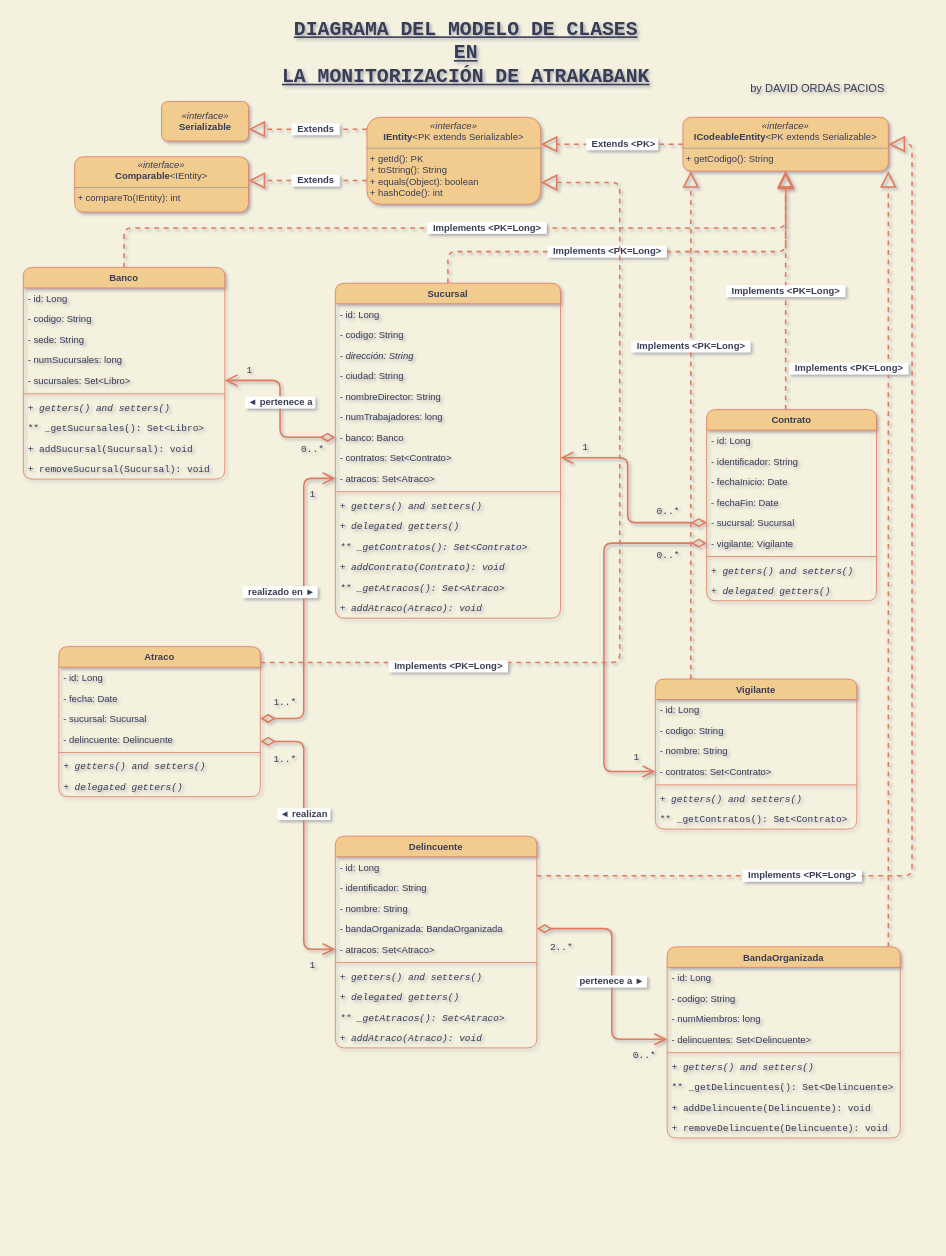
The draw.io diagram page "Diagrama de clases" (3 of 3) of diagrams/atrakabank.drawio in davorpa/atrakabank-jpa-hibernate-console, before the edit. Source tidied: cells renumbered, new cells numbered last; positions are measured from the earlier drawing's top-left corner, leaving out a move shared by most shapes. Both pictures are drawn from the tidied source at 79%, with x=0, y=0 at pixel (23, 13).
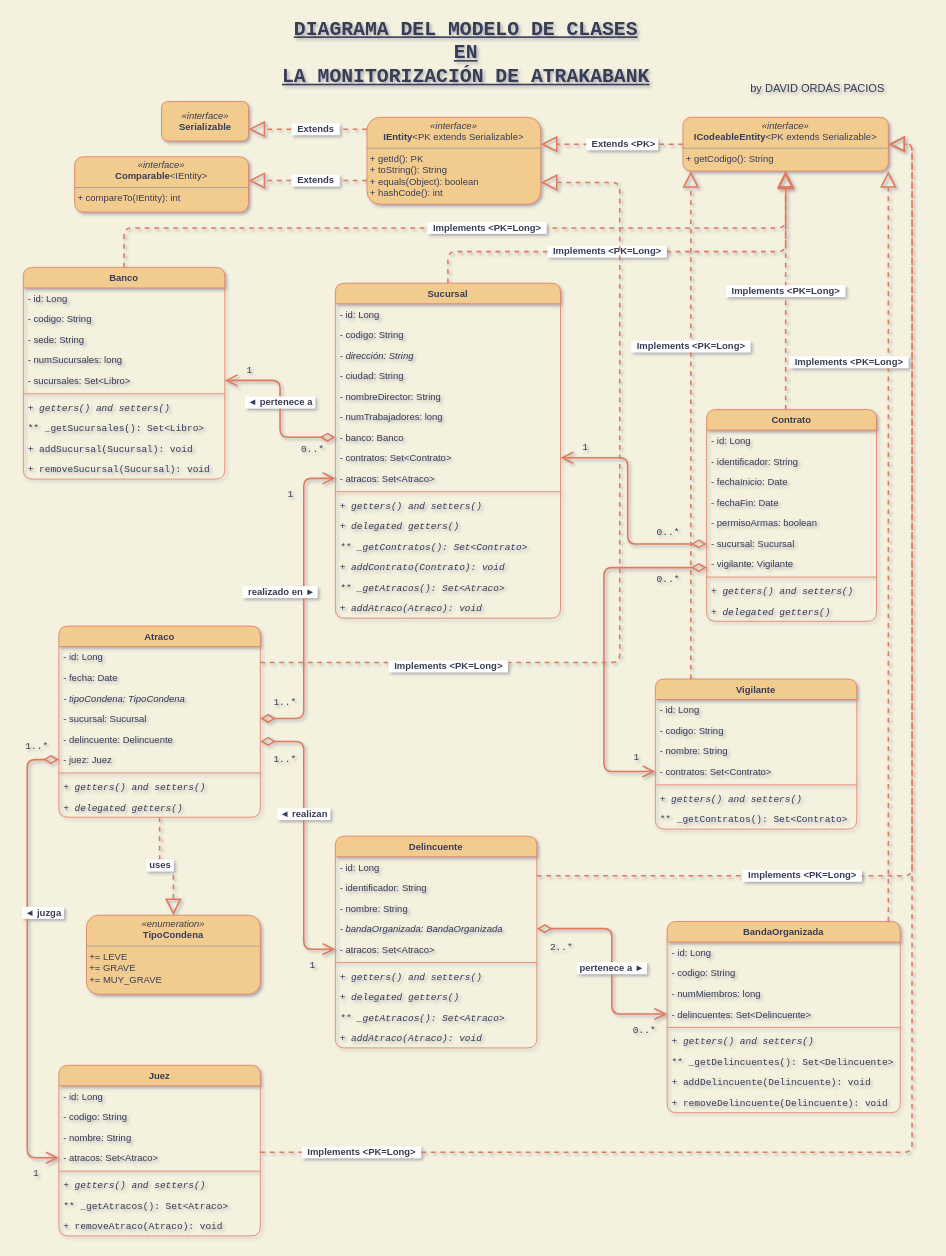
After the change.

Unchanged cells that the change refers to:
```xml
<mxCell id="8" value="&lt;p style=&quot;margin: 0px ; margin-top: 4px ; text-align: center&quot;&gt;&lt;i&gt;«interface»&lt;br&gt;&lt;/i&gt;&lt;b&gt;ICodeableEntity&lt;/b&gt;&amp;lt;PK extends Serializable&amp;gt;&lt;/p&gt;&lt;hr size=&quot;1&quot;&gt;&lt;p style=&quot;margin: 0px ; margin-left: 4px&quot;&gt;&lt;span&gt;+ getCodigo(): String&lt;/span&gt;&lt;/p&gt;" style="verticalAlign=top;align=left;overflow=fill;fontSize=12;fontFamily=Helvetica;html=1;rounded=1;fontColor=#393C56;strokeColor=#E07A5F;fillColor=#F2CC8F;" parent="1" vertex="1">
  <mxGeometry x="835" y="131" width="260" height="68" as="geometry" />
</mxCell>
<mxCell id="39" value="&amp;nbsp; realizado en ►&amp;nbsp;" style="endArrow=open;html=1;endSize=12;startArrow=diamondThin;startSize=14;startFill=0;edgeStyle=orthogonalEdgeStyle;rounded=1;fontFamily=Helvetica;fontSize=12;fontColor=#393C56;strokeColor=#E07A5F;strokeWidth=2;fillColor=#F2CC8F;elbow=vertical;fontStyle=1;exitX=1;exitY=0.5;exitDx=0;exitDy=0;" parent="1" edge="1" source="31" target="52">
  <mxGeometry x="0.08" y="30" relative="1" as="geometry">
    <Array as="points">
      <mxPoint x="355" y="892" />
      <mxPoint x="355" y="588" />
    </Array>
  </mxGeometry>
</mxCell>
<mxCell id="51" value="- contratos: Set&lt;Contrato&gt;" style="text;strokeColor=none;fillColor=none;align=left;verticalAlign=top;spacingLeft=4;spacingRight=4;overflow=hidden;points=[[0,0.5],[1,0.5]];portConstraint=eastwest;rounded=1;fontSize=12;fontColor=#393C56;" parent="43" vertex="1">
  <mxGeometry y="208" width="285" height="26" as="geometry" />
</mxCell>
<mxCell id="75" value="- contratos: Set&lt;Contrato&gt;" style="text;strokeColor=none;fillColor=none;align=left;verticalAlign=top;spacingLeft=4;spacingRight=4;overflow=hidden;points=[[0,0.5],[1,0.5]];portConstraint=eastwest;rounded=1;fontSize=12;fontColor=#393C56;" parent="71" vertex="1">
  <mxGeometry y="104" width="255" height="26" as="geometry" />
</mxCell>
<mxCell id="83" value="- delincuentes: Set&lt;Delincuente&gt;" style="text;strokeColor=none;fillColor=none;align=left;verticalAlign=top;spacingLeft=4;spacingRight=4;overflow=hidden;points=[[0,0.5],[1,0.5]];portConstraint=eastwest;rounded=1;fontSize=12;fontColor=#393C56;" parent="79" vertex="1">
  <mxGeometry y="104" width="295" height="26" as="geometry" />
</mxCell>
<mxCell id="89" value="Delincuente" style="swimlane;fontStyle=1;align=center;verticalAlign=top;horizontal=1;startSize=26;rounded=1;fontSize=12;fontColor=#393C56;strokeColor=#E07A5F;fillColor=#F2CC8F;" parent="1" vertex="1">
  <mxGeometry x="395" y="1041" width="255" height="268" as="geometry" />
</mxCell>
```

Change to the diagram source:
```diff
@@
     <mxCell id="16" value="&amp;nbsp;pertenece a&amp;nbsp;►&amp;nbsp;" style="endArrow=open;html=1;endSize=12;startArrow=diamondThin;startSize=14;startFill=0;edgeStyle=orthogonalEdgeStyle;rounded=1;fontFamily=Helvetica;fontSize=12;fontColor=#393C56;strokeColor=#E07A5F;strokeWidth=2;fillColor=#F2CC8F;elbow=vertical;fontStyle=1;entryX=0;entryY=0.5;entryDx=0;entryDy=0;" parent="1" edge="1" source="93" target="83">
       <mxGeometry x="0.06" relative="1" as="geometry">
         <Array as="points">
           <mxPoint x="745" y="1158" />
-          <mxPoint x="745" y="1298" />
+          <mxPoint x="745" y="1266" />
         </Array>
       </mxGeometry>
     </mxCell>
@@
     <mxCell id="22" style="endArrow=open;html=1;endSize=12;startArrow=diamondThin;startSize=14;startFill=0;edgeStyle=orthogonalEdgeStyle;rounded=1;fontFamily=Helvetica;fontSize=12;fontColor=#393C56;strokeColor=#E07A5F;strokeWidth=2;fillColor=#F2CC8F;elbow=vertical;fontStyle=1;" parent="1" edge="1" source="65" target="51">
       <mxGeometry x="0.43" y="27" relative="1" as="geometry">
         <Array as="points">
-          <mxPoint x="765" y="644" />
+          <mxPoint x="765" y="671" />
           <mxPoint x="765" y="562" />
         </Array>
       </mxGeometry>
     </mxCell>
@@
     <mxCell id="25" style="endArrow=open;html=1;endSize=12;startArrow=diamondThin;startSize=14;startFill=0;edgeStyle=orthogonalEdgeStyle;rounded=1;fontFamily=Helvetica;fontSize=12;fontColor=#393C56;strokeColor=#E07A5F;strokeWidth=2;fillColor=#F2CC8F;elbow=vertical;fontStyle=1;entryX=0;entryY=0.5;entryDx=0;entryDy=0;" parent="1" edge="1" source="66" target="75">
       <mxGeometry x="0.43" y="27" relative="1" as="geometry">
         <Array as="points">
-          <mxPoint x="735" y="670" />
+          <mxPoint x="735" y="701" />
           <mxPoint x="735" y="959" />
         </Array>
       </mxGeometry>
     </mxCell>
@@
     <mxCell id="28" value="Atraco" style="swimlane;fontStyle=1;align=center;verticalAlign=top;horizontal=1;startSize=26;rounded=1;fontSize=12;fontColor=#393C56;strokeColor=#E07A5F;fillColor=#F2CC8F;" parent="1" vertex="1">
-      <mxGeometry x="45" y="801" width="255" height="190" as="geometry" />
+      <mxGeometry x="45" y="775" width="255" height="242" as="geometry" />
     </mxCell>
@@
+    <mxCell id="111" value="- tipoCondena: TipoCondena" style="text;strokeColor=none;fillColor=none;align=left;verticalAlign=top;spacingLeft=4;spacingRight=4;overflow=hidden;rounded=1;fontSize=12;fontColor=#393C56;fontStyle=2;" parent="28" vertex="1">
+      <mxGeometry y="78" width="255" height="26" as="geometry" />
+    </mxCell>
     <mxCell id="31" value="- sucursal: Sucursal" style="text;strokeColor=none;fillColor=none;align=left;verticalAlign=top;spacingLeft=4;spacingRight=4;overflow=hidden;points=[[0,0.5],[1,0.5]];portConstraint=eastwest;rounded=1;fontSize=12;fontColor=#393C56;" parent="28" vertex="1">
-      <mxGeometry y="78" width="255" height="26" as="geometry" />
+      <mxGeometry y="104" width="255" height="26" as="geometry" />
     </mxCell>
     <mxCell id="32" value="- delincuente: Delincuente" style="text;strokeColor=none;fillColor=none;align=left;verticalAlign=top;spacingLeft=4;spacingRight=4;overflow=hidden;points=[[0,0.5],[1,0.5]];portConstraint=eastwest;rounded=1;fontSize=12;fontColor=#393C56;" parent="28" vertex="1">
-      <mxGeometry y="104" width="255" height="26" as="geometry" />
+      <mxGeometry y="130" width="255" height="26" as="geometry" />
     </mxCell>
+    <mxCell id="112" value="- juez: Juez" style="text;strokeColor=none;fillColor=none;align=left;verticalAlign=top;spacingLeft=4;spacingRight=4;overflow=hidden;points=[[0,0.5],[1,0.5]];portConstraint=eastwest;rounded=1;fontSize=12;fontColor=#393C56;" parent="28" vertex="1">
+      <mxGeometry y="156" width="255" height="26" as="geometry" />
+    </mxCell>
     <mxCell id="33" style="line;strokeWidth=1;fillColor=none;align=left;verticalAlign=middle;spacingTop=-1;spacingLeft=3;spacingRight=3;labelPosition=right;rounded=1;fontSize=12;fontColor=#393C56;strokeColor=#E07A5F;" parent="28" vertex="1">
-      <mxGeometry y="130" width="255" height="8" as="geometry" />
+      <mxGeometry y="182" width="255" height="8" as="geometry" />
     </mxCell>
     <mxCell id="34" value="+ getters() and setters()" style="text;strokeColor=none;fillColor=none;align=left;verticalAlign=top;spacingLeft=4;spacingRight=4;overflow=hidden;rounded=1;fontSize=12;fontColor=#393C56;sketch=0;shadow=0;glass=0;fontStyle=2;fontFamily=Courier New;" parent="28" vertex="1">
-      <mxGeometry y="138" width="255" height="26" as="geometry" />
+      <mxGeometry y="190" width="255" height="26" as="geometry" />
     </mxCell>
     <mxCell id="35" value="+ delegated getters()" style="text;strokeColor=none;fillColor=none;align=left;verticalAlign=top;spacingLeft=4;spacingRight=4;overflow=hidden;points=[[0,0.5],[1,0.5]];portConstraint=eastwest;rounded=1;fontSize=12;fontColor=#393C56;sketch=0;shadow=0;glass=0;fontStyle=2;fontFamily=Courier New;" parent="28" vertex="1">
-      <mxGeometry y="164" width="255" height="26" as="geometry" />
+      <mxGeometry y="216" width="255" height="26" as="geometry" />
     </mxCell>
@@
     <mxCell id="41" value="&amp;nbsp;1&amp;nbsp;" style="edgeLabel;html=1;align=center;verticalAlign=middle;rounded=1;shadow=0;glass=0;sketch=0;fontFamily=Courier New;fontSize=12;fontColor=#393C56;strokeColor=#E07A5F;fillColor=none;labelBackgroundColor=none;" parent="39" vertex="1">
       <mxGeometry x="1" relative="1" as="geometry">
-        <mxPoint x="-30" y="20" as="offset" />
+        <mxPoint x="-58" y="20" as="offset" />
       </mxGeometry>
     </mxCell>
@@
     <mxCell id="60" value="Contrato" style="swimlane;fontStyle=1;align=center;verticalAlign=top;horizontal=1;startSize=26;rounded=1;fontSize=12;fontColor=#393C56;strokeColor=#E07A5F;fillColor=#F2CC8F;" parent="1" vertex="1">
-      <mxGeometry x="865" y="501" width="215" height="242" as="geometry" />
+      <mxGeometry x="865" y="501" width="215" height="268" as="geometry" />
     </mxCell>
@@
+    <mxCell id="113" value="- permisoArmas: boolean" style="text;strokeColor=none;fillColor=none;align=left;verticalAlign=top;spacingLeft=4;spacingRight=4;overflow=hidden;rounded=1;fontSize=12;fontColor=#393C56;" parent="60" vertex="1">
+      <mxGeometry y="130" width="215" height="26" as="geometry" />
+    </mxCell>
     <mxCell id="65" value="- sucursal: Sucursal" style="text;strokeColor=none;fillColor=none;align=left;verticalAlign=top;spacingLeft=4;spacingRight=4;overflow=hidden;points=[[0,0.5],[1,0.5]];portConstraint=eastwest;rounded=1;fontSize=12;fontColor=#393C56;" parent="60" vertex="1">
-      <mxGeometry y="130" width="215" height="26" as="geometry" />
+      <mxGeometry y="156" width="215" height="26" as="geometry" />
     </mxCell>
     <mxCell id="66" value="- vigilante: Vigilante" style="text;strokeColor=none;fillColor=none;align=left;verticalAlign=top;spacingLeft=4;spacingRight=4;overflow=hidden;points=[[0,0.5],[1,0.5]];portConstraint=eastwest;rounded=1;fontSize=12;fontColor=#393C56;" parent="60" vertex="1">
-      <mxGeometry y="156" width="215" height="26" as="geometry" />
+      <mxGeometry y="182" width="215" height="26" as="geometry" />
     </mxCell>
     <mxCell id="67" style="line;strokeWidth=1;fillColor=none;align=left;verticalAlign=middle;spacingTop=-1;spacingLeft=3;spacingRight=3;labelPosition=right;rounded=1;fontSize=12;fontColor=#393C56;strokeColor=#E07A5F;" parent="60" vertex="1">
-      <mxGeometry y="182" width="215" height="8" as="geometry" />
+      <mxGeometry y="208" width="215" height="8" as="geometry" />
     </mxCell>
     <mxCell id="68" value="+ getters() and setters()" style="text;strokeColor=none;fillColor=none;align=left;verticalAlign=top;spacingLeft=4;spacingRight=4;overflow=hidden;rounded=1;fontSize=12;fontColor=#393C56;sketch=0;shadow=0;glass=0;fontStyle=2;fontFamily=Courier New;" parent="60" vertex="1">
-      <mxGeometry y="190" width="215" height="26" as="geometry" />
+      <mxGeometry y="216" width="215" height="26" as="geometry" />
     </mxCell>
     <mxCell id="69" value="+ delegated getters()" style="text;strokeColor=none;fillColor=none;align=left;verticalAlign=top;spacingLeft=4;spacingRight=4;overflow=hidden;rounded=1;fontSize=12;fontColor=#393C56;sketch=0;shadow=0;glass=0;fontStyle=2;fontFamily=Courier New;" parent="60" vertex="1">
-      <mxGeometry y="216" width="215" height="26" as="geometry" />
+      <mxGeometry y="242" width="215" height="26" as="geometry" />
     </mxCell>
@@
     <mxCell id="79" value="BandaOrganizada" style="swimlane;fontStyle=1;align=center;verticalAlign=top;horizontal=1;startSize=26;rounded=1;fontSize=12;fontColor=#393C56;strokeColor=#E07A5F;fillColor=#F2CC8F;" parent="1" vertex="1">
-      <mxGeometry x="815" y="1181" width="295" height="242" as="geometry" />
+      <mxGeometry x="815" y="1149" width="295" height="242" as="geometry" />
     </mxCell>
@@
-    <mxCell id="93" value="- bandaOrganizada: BandaOrganizada" style="text;strokeColor=none;fillColor=none;align=left;verticalAlign=top;spacingLeft=4;spacingRight=4;overflow=hidden;points=[[0,0.5],[1,0.5]];portConstraint=eastwest;rounded=1;fontSize=12;fontColor=#393C56;" parent="89" vertex="1">
+    <mxCell id="93" value="- bandaOrganizada: BandaOrganizada" style="text;strokeColor=none;fillColor=none;align=left;verticalAlign=top;spacingLeft=4;spacingRight=4;overflow=hidden;points=[[0,0.5],[1,0.5]];portConstraint=eastwest;rounded=1;fontSize=12;fontColor=#393C56;fontStyle=2;" parent="89" vertex="1">
       <mxGeometry y="104" width="255" height="26" as="geometry" />
     </mxCell>
@@
+    <mxCell id="114" value="Juez" style="swimlane;fontStyle=1;align=center;verticalAlign=top;horizontal=1;startSize=26;rounded=1;fontSize=12;fontColor=#393C56;strokeColor=#E07A5F;fillColor=#F2CC8F;" parent="1" vertex="1">
+      <mxGeometry x="45" y="1331" width="255" height="216" as="geometry" />
+    </mxCell>
+    <mxCell id="115" value="- id: Long" style="text;strokeColor=none;fillColor=none;align=left;verticalAlign=top;spacingLeft=4;spacingRight=4;overflow=hidden;rounded=1;fontSize=12;fontColor=#393C56;" parent="114" vertex="1">
+      <mxGeometry y="26" width="255" height="26" as="geometry" />
+    </mxCell>
+    <mxCell id="116" value="- codigo: String" style="text;strokeColor=none;fillColor=none;align=left;verticalAlign=top;spacingLeft=4;spacingRight=4;overflow=hidden;rounded=1;fontSize=12;fontColor=#393C56;" parent="114" vertex="1">
+      <mxGeometry y="52" width="255" height="26" as="geometry" />
+    </mxCell>
+    <mxCell id="117" value="- nombre: String" style="text;strokeColor=none;fillColor=none;align=left;verticalAlign=top;spacingLeft=4;spacingRight=4;overflow=hidden;rounded=1;fontSize=12;fontColor=#393C56;" parent="114" vertex="1">
+      <mxGeometry y="78" width="255" height="26" as="geometry" />
+    </mxCell>
+    <mxCell id="118" value="- atracos: Set&lt;Atraco&gt;" style="text;strokeColor=none;fillColor=none;align=left;verticalAlign=top;spacingLeft=4;spacingRight=4;overflow=hidden;points=[[0,0.5],[1,0.5]];portConstraint=eastwest;rounded=1;fontSize=12;fontColor=#393C56;" parent="114" vertex="1">
+      <mxGeometry y="104" width="255" height="26" as="geometry" />
+    </mxCell>
+    <mxCell id="119" style="line;strokeWidth=1;fillColor=none;align=left;verticalAlign=middle;spacingTop=-1;spacingLeft=3;spacingRight=3;labelPosition=right;rounded=1;fontSize=12;fontColor=#393C56;strokeColor=#E07A5F;" parent="114" vertex="1">
+      <mxGeometry y="130" width="255" height="8" as="geometry" />
+    </mxCell>
+    <mxCell id="120" value="+ getters() and setters()" style="text;strokeColor=none;fillColor=none;align=left;verticalAlign=top;spacingLeft=4;spacingRight=4;overflow=hidden;rounded=1;fontSize=12;fontColor=#393C56;sketch=0;shadow=0;glass=0;fontStyle=2;fontFamily=Courier New;" parent="114" vertex="1">
+      <mxGeometry y="138" width="255" height="26" as="geometry" />
+    </mxCell>
+    <mxCell id="121" value="** _getAtracos(): Set&lt;Atraco&gt;" style="text;strokeColor=none;fillColor=none;align=left;verticalAlign=top;spacingLeft=4;spacingRight=4;overflow=hidden;rounded=1;fontSize=12;fontColor=#393C56;sketch=0;shadow=0;glass=0;fontStyle=0;fontFamily=Courier New;" parent="114" vertex="1">
+      <mxGeometry y="164" width="255" height="26" as="geometry" />
+    </mxCell>
+    <mxCell id="122" value="+ removeAtraco(Atraco): void" style="text;strokeColor=none;fillColor=none;align=left;verticalAlign=top;spacingLeft=4;spacingRight=4;overflow=hidden;rounded=1;fontSize=12;fontColor=#393C56;sketch=0;shadow=0;glass=0;fontStyle=0;fontFamily=Courier New;" parent="114" vertex="1">
+      <mxGeometry y="190" width="255" height="26" as="geometry" />
+    </mxCell>
+    <mxCell id="123" value="&amp;nbsp;◄&amp;nbsp;juzga&amp;nbsp;" style="endArrow=open;html=1;endSize=12;startArrow=diamondThin;startSize=14;startFill=0;edgeStyle=orthogonalEdgeStyle;rounded=1;fontFamily=Helvetica;fontSize=12;fontColor=#393C56;strokeColor=#E07A5F;strokeWidth=2;fillColor=#F2CC8F;elbow=vertical;fontStyle=1;" parent="1" edge="1" source="112" target="118">
+      <mxGeometry x="-0.2" y="20" relative="1" as="geometry">
+        <Array as="points">
+          <mxPoint x="5" y="944" />
+          <mxPoint x="5" y="1448" />
+        </Array>
+      </mxGeometry>
+    </mxCell>
+    <mxCell id="124" value="&amp;nbsp;1..*&amp;nbsp;" style="edgeLabel;html=1;align=center;verticalAlign=middle;rounded=1;shadow=0;glass=0;sketch=0;fontFamily=Courier New;fontSize=12;fontColor=#393C56;strokeColor=#E07A5F;fillColor=none;labelBackgroundColor=none;" parent="123" vertex="1">
+      <mxGeometry x="-1" relative="1" as="geometry">
+        <mxPoint x="-29" y="-17" as="offset" />
+      </mxGeometry>
+    </mxCell>
+    <mxCell id="125" value="&amp;nbsp;1&amp;nbsp;" style="edgeLabel;html=1;align=center;verticalAlign=middle;rounded=1;shadow=0;glass=0;sketch=0;fontFamily=Courier New;fontSize=12;fontColor=#393C56;strokeColor=#E07A5F;fillColor=none;labelBackgroundColor=none;" parent="123" vertex="1">
+      <mxGeometry x="1" relative="1" as="geometry">
+        <mxPoint x="-30" y="20" as="offset" />
+      </mxGeometry>
+    </mxCell>
+    <mxCell id="126" value="&lt;font style=&quot;font-size: 12px&quot;&gt;&lt;b&gt;&amp;nbsp; Implements &amp;lt;PK=Long&amp;gt;&amp;nbsp;&amp;nbsp;&lt;/b&gt;&lt;/font&gt;" style="endArrow=block;endSize=16;endFill=0;html=1;rounded=1;dashed=1;fontColor=#393C56;strokeColor=#E07A5F;strokeWidth=2;fillColor=#F2CC8F;edgeStyle=elbowEdgeStyle;" parent="1" edge="1" source="114" target="8">
+      <mxGeometry x="-0.88" relative="1" as="geometry">
+        <Array as="points">
+          <mxPoint x="1125" y="1441" />
+          <mxPoint x="1125" y="841" />
+          <mxPoint x="1135" y="551" />
+        </Array>
+      </mxGeometry>
+    </mxCell>
+    <mxCell id="127" value="&lt;p style=&quot;margin: 0px ; margin-top: 4px ; text-align: center&quot;&gt;&lt;i&gt;«enumeration»&lt;br&gt;&lt;/i&gt;&lt;b&gt;TipoCondena&lt;/b&gt;&lt;/p&gt;&lt;hr size=&quot;1&quot;&gt;&lt;p style=&quot;margin: 0px ; margin-left: 4px&quot;&gt;&lt;span&gt;+= LEVE&lt;/span&gt;&lt;/p&gt;&lt;p style=&quot;margin: 0px ; margin-left: 4px&quot;&gt;&lt;span&gt;+= GRAVE&lt;/span&gt;&lt;/p&gt;&lt;p style=&quot;margin: 0px ; margin-left: 4px&quot;&gt;&lt;span&gt;+= MUY_GRAVE&lt;/span&gt;&lt;/p&gt;" style="verticalAlign=top;align=left;overflow=fill;fontSize=12;fontFamily=Helvetica;html=1;rounded=1;fontColor=#393C56;strokeColor=#E07A5F;fillColor=#F2CC8F;" parent="1" vertex="1">
+      <mxGeometry x="80" y="1141" width="220" height="100" as="geometry" />
+    </mxCell>
+    <mxCell id="128" value="&lt;span style=&quot;font-size: 12px&quot;&gt;&lt;b&gt;&amp;nbsp;uses&amp;nbsp;&lt;/b&gt;&lt;/span&gt;" style="endArrow=block;endSize=16;endFill=0;html=1;rounded=1;dashed=1;fontColor=#393C56;strokeColor=#E07A5F;strokeWidth=2;fillColor=#F2CC8F;edgeStyle=elbowEdgeStyle;elbow=vertical;" parent="1" edge="1" source="35" target="127">
+      <mxGeometry x="-0.14" relative="1" as="geometry" />
+    </mxCell>
```
